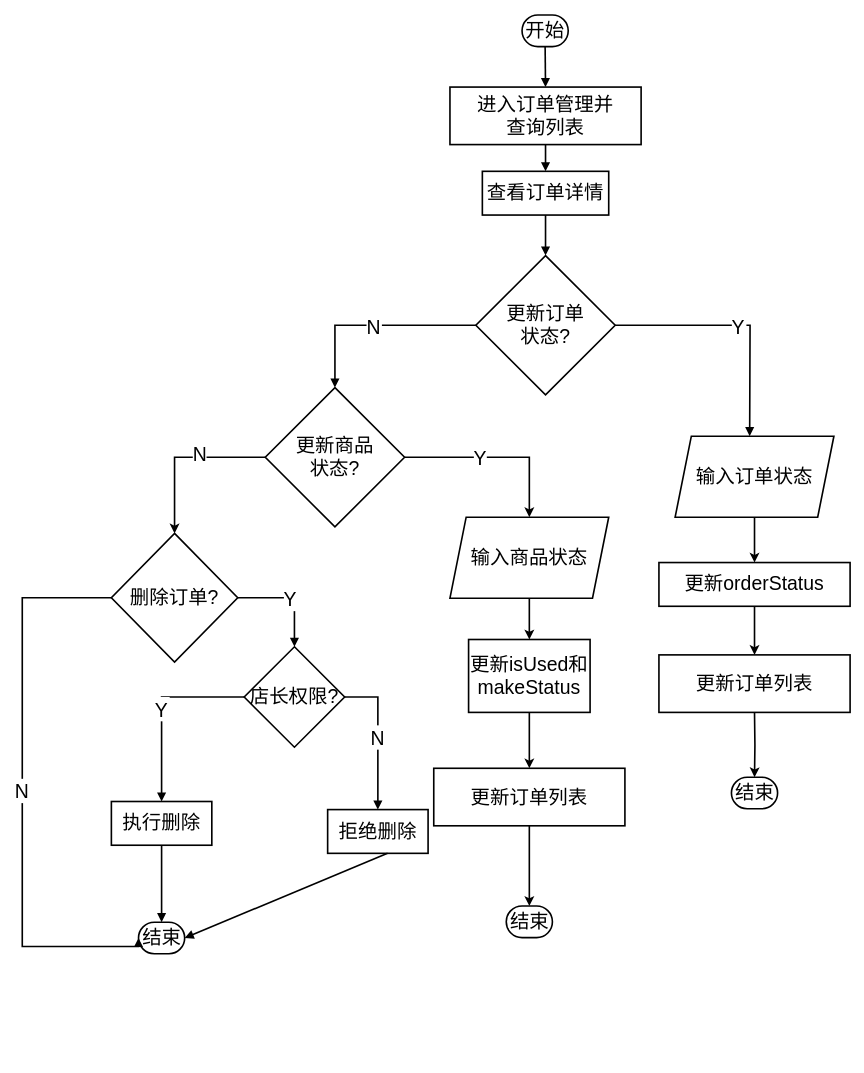
LichCarlos/darwIo keeps this draw.io diagram as 订单信息管理功能流程图.drawio. Above is the earlier version. Source tidied: cells renumbered, new cells numbered last; positions are measured from the earlier drawing's top-left corner, leaving out a move shared by most shapes. Both pictures are drawn from the tidied source at 81%, with x=0, y=0 at pixel (22, 15).
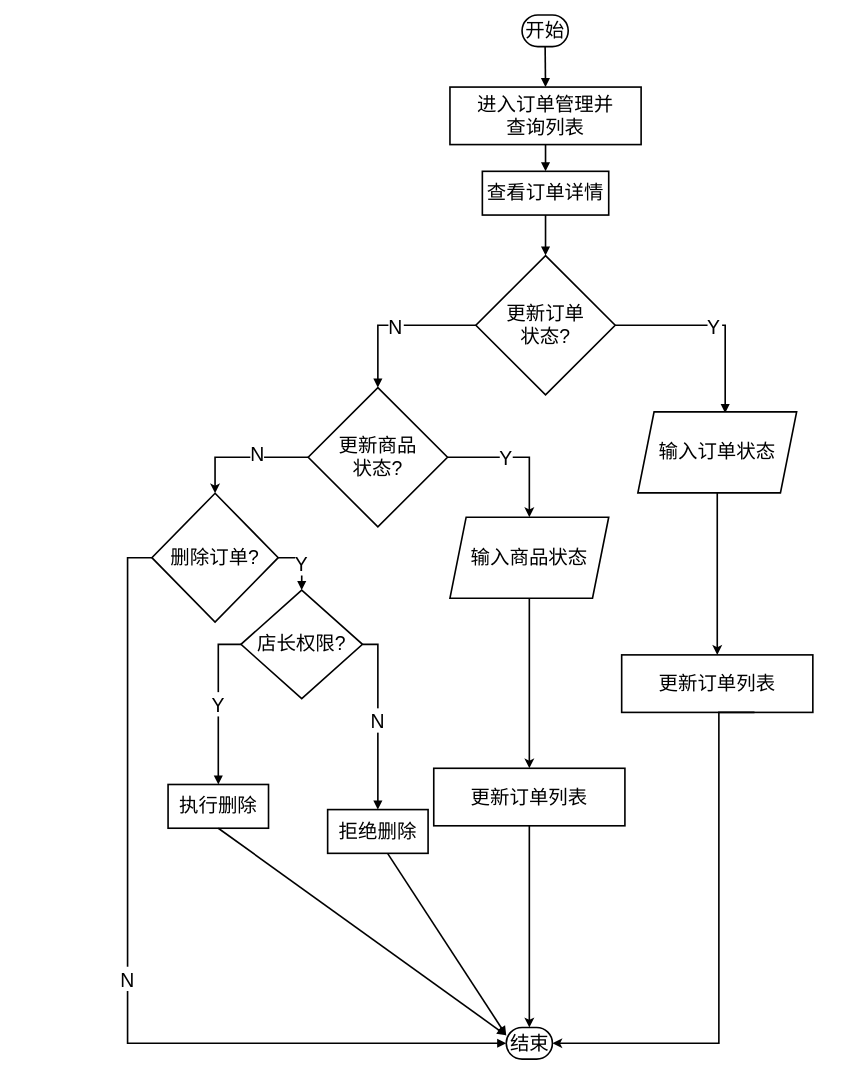
The same diagram, later.

Commit message:
更新订单信息管理功能流程图.drawio

Unchanged cells that the change refers to:
```xml
<mxCell id="8" value="更新订单&#10;状态?" style="rhombus;strokeWidth=2;whiteSpace=wrap;fontSize=24;" parent="1" vertex="1">
  <mxGeometry x="560" y="297" width="172" height="172" as="geometry" />
</mxCell>
<mxCell id="36" value="&lt;span style=&quot;font-size: 24px;&quot;&gt;输入商品状态&lt;/span&gt;" style="shape=parallelogram;perimeter=parallelogramPerimeter;whiteSpace=wrap;html=1;fixedSize=1;strokeWidth=2;" parent="1" vertex="1">
  <mxGeometry x="528" y="620" width="196" height="100" as="geometry" />
</mxCell>
<mxCell id="42" value="更新订单列表" style="whiteSpace=wrap;strokeWidth=2;fontSize=24;" parent="1" vertex="1">
  <mxGeometry x="508" y="930" width="236" height="71" as="geometry" />
</mxCell>
```

Change to the diagram source:
```diff
@@
     <mxCell id="9" value="删除订单?" style="rhombus;strokeWidth=2;whiteSpace=wrap;fontSize=24;" parent="1" vertex="1">
-      <mxGeometry x="110" y="640" width="156" height="159" as="geometry" />
+      <mxGeometry x="160" y="590.5" width="156" height="159" as="geometry" />
     </mxCell>
-    <mxCell id="10" value="结束" style="rounded=1;whiteSpace=wrap;arcSize=50;strokeWidth=2;fontSize=24;" parent="1" vertex="1">
-      <mxGeometry x="143.5" y="1120" width="57" height="39" as="geometry" />
-    </mxCell>
     <mxCell id="11" value="店长权限?" style="rhombus;strokeWidth=2;whiteSpace=wrap;fontSize=24;" parent="1" vertex="1">
-      <mxGeometry x="274" y="780" width="124" height="124" as="geometry" />
+      <mxGeometry x="270" y="710" width="150" height="134" as="geometry" />
     </mxCell>
     <mxCell id="12" value="执行删除" style="whiteSpace=wrap;strokeWidth=2;fontSize=24;" parent="1" vertex="1">
-      <mxGeometry x="110" y="971" width="124" height="54" as="geometry" />
+      <mxGeometry x="180" y="950" width="124" height="54" as="geometry" />
     </mxCell>
@@
-    <mxCell id="17" value="Y" style="startArrow=none;endArrow=block;strokeWidth=2;exitX=1;exitY=0.5;entryX=0.5;entryY=0;rounded=0;fontSize=24;exitDx=0;exitDy=0;edgeStyle=orthogonalEdgeStyle;" parent="1" edge="1" source="8">
-      <mxGeometry relative="1" as="geometry">
-        <mxPoint x="898" y="520" as="targetPoint" />
-      </mxGeometry>
+    <mxCell id="17" value="Y" style="startArrow=none;endArrow=block;strokeWidth=2;exitX=1;exitY=0.5;entryX=0.55;entryY=0.015;rounded=0;fontSize=24;exitDx=0;exitDy=0;edgeStyle=orthogonalEdgeStyle;entryDx=0;entryDy=0;entryPerimeter=0;" parent="1" edge="1" source="8" target="31">
+      <mxGeometry relative="1" as="geometry" />
     </mxCell>
@@
-    <mxCell id="19" value="N" style="startArrow=none;endArrow=block;strokeWidth=2;exitX=0;exitY=0.5;entryX=0;entryY=0.5;rounded=0;fontSize=24;exitDx=0;exitDy=0;edgeStyle=orthogonalEdgeStyle;entryDx=0;entryDy=0;" parent="1" edge="1" source="9" target="10">
+    <mxCell id="19" value="N" style="startArrow=none;endArrow=block;strokeWidth=2;exitX=0;exitY=0.5;entryX=0;entryY=0.5;rounded=0;fontSize=24;exitDx=0;exitDy=0;edgeStyle=orthogonalEdgeStyle;entryDx=0;entryDy=0;" parent="1" edge="1" source="9" target="38">
       <mxGeometry relative="1" as="geometry">
         <Array as="points">
-          <mxPoint y="720" />
-          <mxPoint y="1150" />
-          <mxPoint x="143" y="1150" />
+          <mxPoint x="130" y="670" />
+          <mxPoint x="130" y="1270" />
         </Array>
       </mxGeometry>
     </mxCell>
@@
-    <mxCell id="23" style="curved=1;startArrow=none;endArrow=block;strokeWidth=2;exitX=0.5;exitY=1.01;entryX=0.5;entryY=0;rounded=0;fontSize=24;entryDx=0;entryDy=0;" parent="1" edge="1" source="12" target="10">
+    <mxCell id="23" style="startArrow=none;endArrow=block;strokeWidth=2;exitX=0.5;exitY=1.01;entryX=0;entryY=0.25;rounded=0;fontSize=24;entryDx=0;entryDy=0;" parent="1" edge="1" source="12" target="38">
       <mxGeometry relative="1" as="geometry" />
     </mxCell>
-    <mxCell id="24" style="startArrow=none;endArrow=block;strokeWidth=2;exitX=0.5;exitY=1.01;entryX=1;entryY=0.5;rounded=0;fontSize=24;entryDx=0;entryDy=0;" parent="1" edge="1" target="10">
+    <mxCell id="24" style="startArrow=none;endArrow=block;strokeWidth=2;exitX=0.5;exitY=1.01;entryX=0;entryY=0.25;rounded=0;fontSize=24;entryDx=0;entryDy=0;" parent="1" edge="1" target="38">
       <mxGeometry relative="1" as="geometry">
         <mxPoint x="451" y="1035" as="sourcePoint" />
       </mxGeometry>
     </mxCell>
@@
     <mxCell id="29" value="更新商品&#10;状态?" style="rhombus;strokeWidth=2;whiteSpace=wrap;fontSize=24;" parent="1" vertex="1">
-      <mxGeometry x="300" y="460" width="172" height="172" as="geometry" />
+      <mxGeometry x="353" y="460" width="172" height="172" as="geometry" />
     </mxCell>
-    <mxCell id="30" style="edgeStyle=orthogonalEdgeStyle;rounded=0;jettySize=auto;html=1;entryX=0.5;entryY=0;entryDx=0;entryDy=0;strokeWidth=2;" parent="1" edge="1" source="31" target="34">
+    <mxCell id="30" style="edgeStyle=orthogonalEdgeStyle;rounded=0;jettySize=auto;html=1;entryX=0.5;entryY=0;entryDx=0;entryDy=0;strokeWidth=2;" parent="1" edge="1" source="31" target="39">
       <mxGeometry relative="1" as="geometry" />
     </mxCell>
     <mxCell id="31" value="&lt;span style=&quot;font-size: 24px;&quot;&gt;输入订单状态&lt;/span&gt;" style="shape=parallelogram;perimeter=parallelogramPerimeter;whiteSpace=wrap;html=1;fixedSize=1;strokeWidth=2;" parent="1" vertex="1">
-      <mxGeometry x="806" y="520" width="196" height="100" as="geometry" />
+      <mxGeometry x="760" y="490" width="196" height="100" as="geometry" />
     </mxCell>
-    <mxCell id="32" value="&lt;span style=&quot;font-size: 24px;&quot;&gt;更新isUsed和makeStatus&lt;/span&gt;" style="rounded=0;whiteSpace=wrap;html=1;strokeWidth=2;" parent="1" vertex="1">
-      <mxGeometry x="551" y="771" width="150" height="90" as="geometry" />
-    </mxCell>
-    <mxCell id="33" style="edgeStyle=orthogonalEdgeStyle;rounded=0;jettySize=auto;html=1;entryX=0.5;entryY=0;entryDx=0;entryDy=0;strokeWidth=2;" parent="1" edge="1" source="34">
-      <mxGeometry relative="1" as="geometry">
-        <mxPoint x="904" y="790" as="targetPoint" />
-      </mxGeometry>
-    </mxCell>
-    <mxCell id="34" value="更新orderStatus" style="whiteSpace=wrap;strokeWidth=2;fontSize=24;" parent="1" vertex="1">
-      <mxGeometry x="786" y="676" width="236" height="54" as="geometry" />
-    </mxCell>
-    <mxCell id="35" style="edgeStyle=orthogonalEdgeStyle;rounded=0;jettySize=auto;html=1;entryX=0.5;entryY=0;entryDx=0;entryDy=0;strokeWidth=2;" parent="1" edge="1" source="36" target="32">
+    <mxCell id="35" style="edgeStyle=orthogonalEdgeStyle;rounded=0;jettySize=auto;html=1;entryX=0.5;entryY=0;entryDx=0;entryDy=0;strokeWidth=2;" parent="1" edge="1" source="36" target="42">
       <mxGeometry relative="1" as="geometry" />
     </mxCell>
@@
-    <mxCell id="37" style="edgeStyle=orthogonalEdgeStyle;rounded=0;jettySize=auto;html=1;entryX=0.5;entryY=0;entryDx=0;entryDy=0;strokeWidth=2;exitX=0.5;exitY=1;exitDx=0;exitDy=0;" parent="1" edge="1" source="32" target="42">
-      <mxGeometry relative="1" as="geometry" />
-    </mxCell>
     <mxCell id="38" value="结束" style="rounded=1;whiteSpace=wrap;arcSize=50;strokeWidth=2;fontSize=24;" parent="1" vertex="1">
-      <mxGeometry x="597.5" y="1100" width="57" height="39" as="geometry" />
+      <mxGeometry x="597.5" y="1250" width="57" height="39" as="geometry" />
     </mxCell>
     <mxCell id="39" value="更新订单列表" style="whiteSpace=wrap;strokeWidth=2;fontSize=24;" parent="1" vertex="1">
-      <mxGeometry x="786" y="790" width="236" height="71" as="geometry" />
+      <mxGeometry x="740" y="790" width="236" height="71" as="geometry" />
     </mxCell>
-    <mxCell id="40" style="edgeStyle=orthogonalEdgeStyle;rounded=0;jettySize=auto;html=1;entryX=0.5;entryY=0;entryDx=0;entryDy=0;strokeWidth=2;" parent="1" edge="1" target="41">
+    <mxCell id="40" style="edgeStyle=orthogonalEdgeStyle;rounded=0;jettySize=auto;html=1;entryX=1;entryY=0.5;entryDx=0;entryDy=0;strokeWidth=2;" parent="1" edge="1" target="38">
       <mxGeometry relative="1" as="geometry">
         <mxPoint x="904" y="861" as="sourcePoint" />
+        <Array as="points">
+          <mxPoint x="860" y="861" />
+          <mxPoint x="860" y="1269" />
+        </Array>
       </mxGeometry>
     </mxCell>
-    <mxCell id="41" value="结束" style="rounded=1;whiteSpace=wrap;arcSize=50;strokeWidth=2;fontSize=24;" parent="1" vertex="1">
-      <mxGeometry x="875.5" y="941" width="57" height="39" as="geometry" />
-    </mxCell>
```
